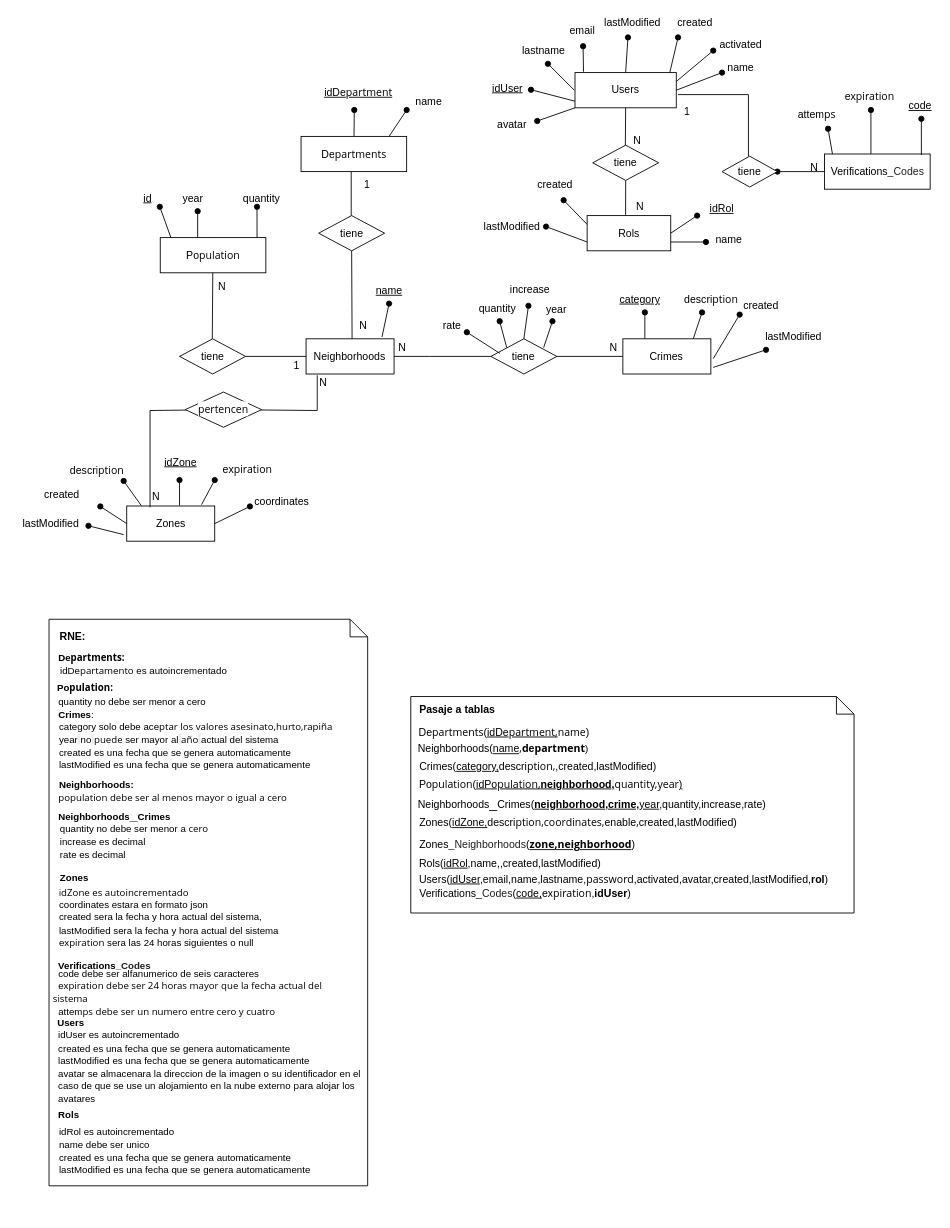
This is CityRisksMapsDER.drawio from Agustin15/CityRisksMaps, a draw.io file, before an edit. Source tidied: cells renumbered, new cells numbered last; positions are measured from the earlier drawing's top-left corner, leaving out a move shared by most shapes. Both pictures are drawn from the tidied source at 88%, with x=0, y=0 at pixel (14, 15).
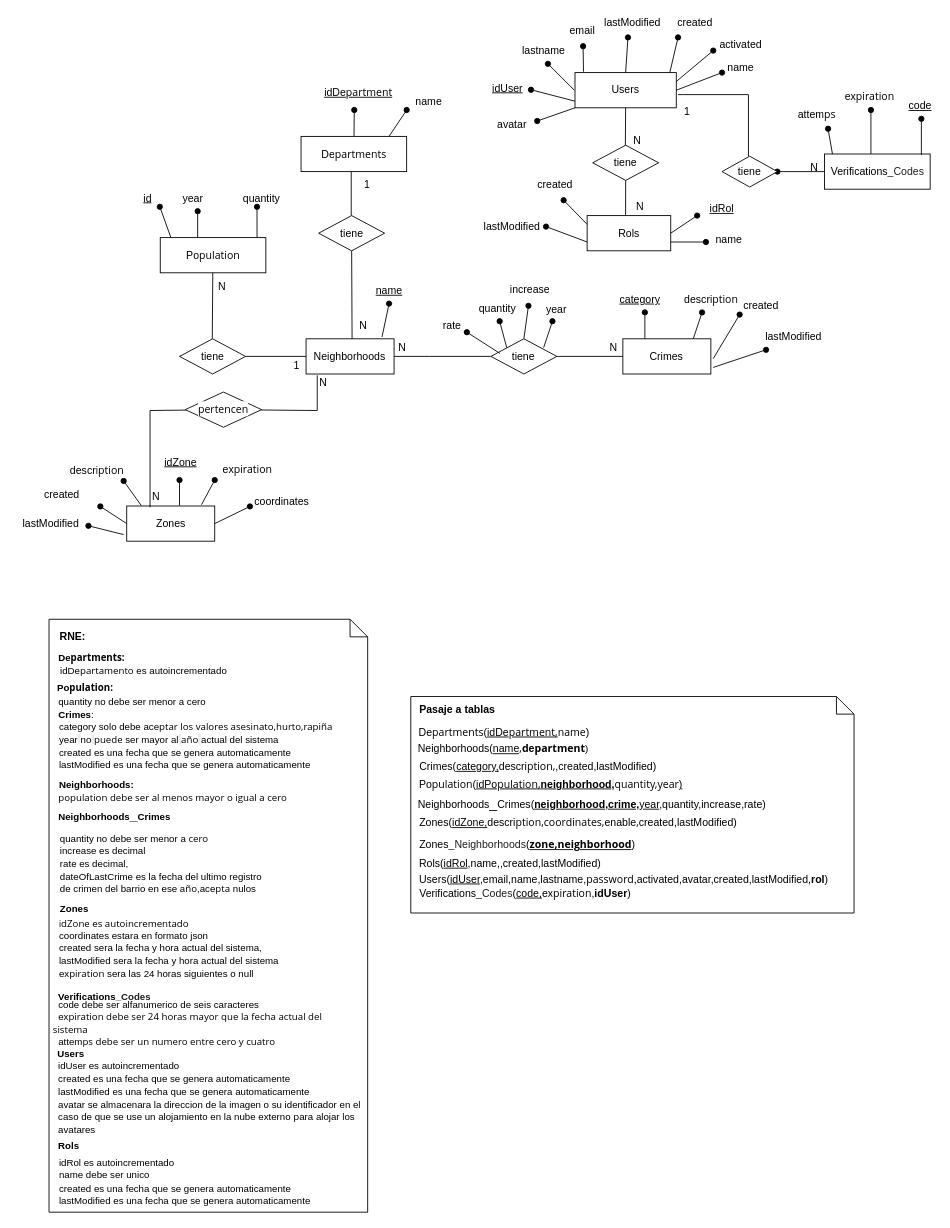
Above is the later version.

Commit message (it also covers changes not shown here):
fix:column dateOfLastCrime added to table NeighbrohoodsCrimes

The edit, as a diff of the source:
```diff
@@
     <mxCell id="22" style="shape=note;size=20;whiteSpace=wrap;html=1;align=left;" parent="1" vertex="1">
-      <mxGeometry x="39.2" y="686.2" width="362.1" height="643.8" as="geometry" />
+      <mxGeometry x="39.2" y="686.2" width="362.1" height="673.8" as="geometry" />
     </mxCell>
@@
-    <mxCell id="42" value="&lt;font style=&quot;color: rgb(0, 0, 0);&quot;&gt;&lt;font style=&quot;font-size: 11px;&quot;&gt;&lt;span style=&quot;font-family: &amp;quot;Google Sans&amp;quot;, Arial, sans-serif;&quot;&gt;quantity no debe ser menor a&amp;nbsp;&lt;/span&gt;&lt;span style=&quot;font-family: &amp;quot;Open Sans&amp;quot;, Arial, Helvetica, sans-serif;&quot;&gt;cero&lt;/span&gt;&lt;/font&gt;&lt;/font&gt;&lt;div&gt;&lt;font style=&quot;color: rgb(0, 0, 0);&quot;&gt;&lt;font style=&quot;font-size: 11px;&quot;&gt;&lt;span style=&quot;font-family: &amp;quot;Open Sans&amp;quot;, Arial, Helvetica, sans-serif;&quot;&gt;&lt;span style=&quot;font-family: Helvetica;&quot;&gt;increase&amp;nbsp;es decimal&lt;/span&gt;&lt;/span&gt;&lt;/font&gt;&lt;/font&gt;&lt;/div&gt;&lt;div&gt;&lt;font style=&quot;color: rgb(0, 0, 0);&quot;&gt;&lt;font style=&quot;font-size: 11px;&quot;&gt;&lt;span style=&quot;font-family: &amp;quot;Open Sans&amp;quot;, Arial, Helvetica, sans-serif;&quot;&gt;&lt;span style=&quot;font-family: Helvetica;&quot;&gt;rate es decimal&lt;/span&gt;&lt;/span&gt;&lt;/font&gt;&lt;/font&gt;&lt;/div&gt;" style="text;html=1;align=left;verticalAlign=middle;whiteSpace=wrap;rounded=0;" parent="1" vertex="1">
-      <mxGeometry x="49.7" y="918" width="199.5" height="42" as="geometry" />
+    <mxCell id="42" value="&lt;font style=&quot;color: rgb(0, 0, 0);&quot;&gt;&lt;font style=&quot;font-size: 11px;&quot;&gt;&lt;span style=&quot;font-family: &amp;quot;Google Sans&amp;quot;, Arial, sans-serif;&quot;&gt;quantity no debe ser menor a&amp;nbsp;&lt;/span&gt;&lt;span style=&quot;font-family: &amp;quot;Open Sans&amp;quot;, Arial, Helvetica, sans-serif;&quot;&gt;cero&lt;/span&gt;&lt;/font&gt;&lt;/font&gt;&lt;div&gt;&lt;font style=&quot;color: rgb(0, 0, 0);&quot;&gt;&lt;font style=&quot;font-size: 11px;&quot;&gt;&lt;span style=&quot;font-family: &amp;quot;Open Sans&amp;quot;, Arial, Helvetica, sans-serif;&quot;&gt;&lt;span style=&quot;font-family: Helvetica;&quot;&gt;increase&amp;nbsp;es decimal&lt;/span&gt;&lt;/span&gt;&lt;/font&gt;&lt;/font&gt;&lt;/div&gt;&lt;div&gt;&lt;font style=&quot;color: rgb(0, 0, 0);&quot;&gt;&lt;font style=&quot;font-size: 11px;&quot;&gt;&lt;span style=&quot;font-family: &amp;quot;Open Sans&amp;quot;, Arial, Helvetica, sans-serif;&quot;&gt;&lt;span style=&quot;font-family: Helvetica;&quot;&gt;rate es decimal,&lt;/span&gt;&lt;/span&gt;&lt;/font&gt;&lt;/font&gt;&lt;/div&gt;&lt;div&gt;&lt;span style=&quot;font-size: 11px;&quot;&gt;dateOfLastCrime es la fecha del ultimo registro de crimen del barrio en ese a&lt;/span&gt;&lt;span style=&quot;background-color: rgb(255, 255, 255); font-family: &amp;quot;Open Sans&amp;quot;, Arial, Helvetica, sans-serif; font-size: 11px; color: light-dark(rgb(0, 0, 0), rgb(255, 255, 255));&quot;&gt;ño&lt;/span&gt;&lt;span style=&quot;background-color: transparent; color: light-dark(rgb(0, 0, 0), rgb(255, 255, 255)); font-size: 11px;&quot;&gt;,ace&lt;/span&gt;&lt;span style=&quot;background-color: rgb(255, 255, 255); font-family: &amp;quot;Open Sans&amp;quot;, Arial, Helvetica, sans-serif; font-size: 11px; color: light-dark(rgb(0, 0, 0), rgb(255, 255, 255));&quot;&gt;p&lt;/span&gt;&lt;span style=&quot;color: light-dark(rgb(0, 0, 0), rgb(255, 255, 255)); font-size: 11px; background-color: rgb(255, 255, 255);&quot;&gt;&lt;font face=&quot;Open Sans, Arial, Helvetica, sans-serif&quot;&gt;ta&lt;/font&gt;&lt;/span&gt;&lt;span style=&quot;background-color: transparent; color: light-dark(rgb(0, 0, 0), rgb(255, 255, 255)); font-size: 11px;&quot;&gt;&amp;nbsp;nulos&lt;/span&gt;&lt;/div&gt;" style="text;html=1;align=left;verticalAlign=middle;whiteSpace=wrap;rounded=0;" parent="1" vertex="1">
+      <mxGeometry x="49.7" y="919.2" width="234.3" height="90" as="geometry" />
     </mxCell>
@@
     <mxCell id="68" value="&lt;div style=&quot;text-align: center;&quot;&gt;&lt;b&gt;&lt;font style=&quot;font-size: 11px;&quot;&gt;Verifications&lt;span style=&quot;color: rgb(31, 31, 31); font-family: &amp;quot;Google Sans&amp;quot;, Arial, sans-serif; text-align: left; background-color: rgb(255, 255, 255);&quot;&gt;_Codes&lt;/span&gt;&lt;/font&gt;&lt;/b&gt;&lt;/div&gt;" style="text;html=1;align=left;verticalAlign=middle;whiteSpace=wrap;rounded=0;" parent="1" vertex="1">
-      <mxGeometry x="47.7" y="1070" width="148.9" height="20" as="geometry" />
+      <mxGeometry x="47.7" y="1105.2" width="148.9" height="20" as="geometry" />
     </mxCell>
@@
     <mxCell id="70" value="&lt;div style=&quot;&quot;&gt;&lt;span style=&quot;background-color: transparent; color: light-dark(rgb(0, 0, 0), rgb(255, 255, 255)); font-size: 11px;&quot;&gt;&amp;nbsp; code debe ser alfanumerico de seis caracteres&lt;/span&gt;&lt;/div&gt;&lt;div style=&quot;&quot;&gt;&lt;span&gt;&lt;span style=&quot;font-size: 11px;&quot;&gt;&amp;nbsp; ex&lt;/span&gt;&lt;span style=&quot;font-size: 11px; font-family: &amp;quot;Open Sans&amp;quot;, Arial, Helvetica, sans-serif; background-color: rgb(255, 255, 255);&quot;&gt;piration debe ser 24 horas mayor que la fecha actual del sistema&lt;/span&gt;&lt;span style=&quot;color: light-dark(rgb(0, 0, 0), rgb(255, 255, 255)); font-size: 11px;&quot;&gt;&lt;/span&gt;&lt;/span&gt;&lt;/div&gt;&lt;div style=&quot;&quot;&gt;&lt;span style=&quot;font-size: 11px; font-family: &amp;quot;Open Sans&amp;quot;, Arial, Helvetica, sans-serif;&quot;&gt;&lt;span style=&quot;background-color: rgb(255, 255, 255); font-family: Helvetica;&quot;&gt;&amp;nbsp;&amp;nbsp;&lt;/span&gt;&lt;span style=&quot;font-size: 12px;&quot;&gt;&lt;font style=&quot;font-size: 11px;&quot;&gt;&lt;span&gt;&lt;span style=&quot;font-family: Helvetica;&quot;&gt;a&lt;/span&gt;&lt;span style=&quot;font-family: Helvetica;&quot;&gt;tt&lt;/span&gt;&lt;span style=&quot;font-family: Helvetica;&quot;&gt;e&lt;/span&gt;&lt;span style=&quot;font-family: Helvetica;&quot;&gt;m&lt;/span&gt;&lt;span&gt;ps&lt;/span&gt;&lt;/span&gt;&lt;span style=&quot;background-color: rgb(255, 255, 255);&quot;&gt;&amp;nbsp;&lt;/span&gt;&lt;/font&gt;&lt;span style=&quot;background-color: rgb(255, 255, 255); font-size: 11px;&quot;&gt;debe ser un numero entre cero y cuatro&amp;nbsp;&lt;/span&gt;&lt;/span&gt;&lt;/span&gt;&lt;/div&gt;" style="text;html=1;align=left;verticalAlign=middle;whiteSpace=wrap;rounded=0;" parent="1" vertex="1">
-      <mxGeometry x="42.2" y="1090" width="345.5" height="40" as="geometry" />
+      <mxGeometry x="42.2" y="1125.2" width="345.5" height="40" as="geometry" />
     </mxCell>
@@
     <mxCell id="97" value="&lt;div style=&quot;text-align: center;&quot;&gt;&lt;span style=&quot;font-size: 11px;&quot;&gt;&lt;b&gt;Users&lt;/b&gt;&lt;/span&gt;&lt;/div&gt;" style="text;html=1;align=left;verticalAlign=middle;whiteSpace=wrap;rounded=0;" parent="1" vertex="1">
-      <mxGeometry x="47.4" y="1140" width="153.5" height="10" as="geometry" />
+      <mxGeometry x="47.4" y="1175.2" width="153.5" height="10" as="geometry" />
     </mxCell>
@@
     <mxCell id="99" value="&lt;div style=&quot;text-align: center;&quot;&gt;&lt;span style=&quot;font-size: 11px;&quot;&gt;&lt;b&gt;Rols&lt;/b&gt;&lt;/span&gt;&lt;/div&gt;" style="text;html=1;align=left;verticalAlign=middle;whiteSpace=wrap;rounded=0;" parent="1" vertex="1">
-      <mxGeometry x="47.7" y="1240" width="150.5" height="20" as="geometry" />
+      <mxGeometry x="47.7" y="1275.2" width="150.5" height="20" as="geometry" />
     </mxCell>
     <mxCell id="100" value="&lt;span style=&quot;font-size: 11px;&quot;&gt;idRol es autoincrementado&lt;/span&gt;&lt;div&gt;&lt;span style=&quot;font-size: 11px;&quot;&gt;name debe ser unico&lt;/span&gt;&lt;span style=&quot;font-size: 11px;&quot;&gt;&lt;/span&gt;&lt;/div&gt;&lt;div&gt;&lt;div&gt;&lt;span style=&quot;font-size: 11px;&quot;&gt;created es una fecha que se genera automaticamente&lt;/span&gt;&lt;span style=&quot;font-size: 11px;&quot;&gt;&lt;/span&gt;&lt;/div&gt;&lt;div&gt;&lt;span style=&quot;font-size: 11px;&quot;&gt;lastModified es una fecha que se genera automaticamente&lt;/span&gt;&lt;/div&gt;&lt;/div&gt;" style="text;html=1;align=left;verticalAlign=middle;whiteSpace=wrap;rounded=0;" parent="1" vertex="1">
-      <mxGeometry x="48.5" y="1260" width="346.4" height="60" as="geometry" />
+      <mxGeometry x="48.5" y="1295.2" width="346.4" height="60" as="geometry" />
     </mxCell>
@@
     <mxCell id="105" value="&lt;span style=&quot;font-size: 11px;&quot;&gt;idUser es autoincrementado&lt;/span&gt;&lt;div&gt;&lt;span style=&quot;font-size: 11px;&quot;&gt;created es una fecha que se genera automaticamente&lt;/span&gt;&lt;span style=&quot;font-size: 11px;&quot;&gt;&lt;/span&gt;&lt;/div&gt;&lt;div&gt;&lt;span style=&quot;font-size: 11px;&quot;&gt;lastModified es una fecha que se genera automaticamente&lt;/span&gt;&lt;span style=&quot;font-size: 11px;&quot;&gt;&lt;/span&gt;&lt;/div&gt;&lt;div&gt;&lt;span style=&quot;font-size: 11px;&quot;&gt;avatar se almacenara la direccion de la imagen o su identificador en el caso de que se use un alojamiento en la nube externo&amp;nbsp;&lt;/span&gt;&lt;span style=&quot;background-color: rgb(255, 255, 255); font-family: &amp;quot;Open Sans&amp;quot;, Arial, Helvetica, sans-serif; color: light-dark(rgb(0, 0, 0), rgb(255, 255, 255));&quot;&gt;&lt;font style=&quot;font-size: 11px;&quot;&gt;p&lt;/font&gt;&lt;/span&gt;&lt;span style=&quot;font-size: 11px; background-color: transparent; color: light-dark(rgb(0, 0, 0), rgb(255, 255, 255));&quot;&gt;ara alojar los avatares&amp;nbsp;&lt;/span&gt;&lt;/div&gt;" style="text;html=1;align=left;verticalAlign=middle;whiteSpace=wrap;rounded=0;" parent="1" vertex="1">
-      <mxGeometry x="47.7" y="1150" width="347.4" height="90" as="geometry" />
+      <mxGeometry x="47.7" y="1185.2" width="347.4" height="90" as="geometry" />
     </mxCell>
@@
     <mxCell id="124" value="&lt;div style=&quot;text-align: center;&quot;&gt;&lt;span style=&quot;font-size: 11px;&quot;&gt;&lt;b&gt;Zones&lt;/b&gt;&lt;/span&gt;&lt;/div&gt;" style="text;html=1;align=left;verticalAlign=middle;whiteSpace=wrap;rounded=0;" parent="1" vertex="1">
-      <mxGeometry x="49.7" y="973.9" width="66.5" height="12.5" as="geometry" />
+      <mxGeometry x="49.7" y="1009.2" width="66.5" height="12.5" as="geometry" />
     </mxCell>
@@
     <mxCell id="131" value="&lt;span style=&quot;font-size: 11px;&quot;&gt;&lt;span style=&quot;background-color: rgb(255, 255, 255);&quot;&gt;i&lt;/span&gt;&lt;span style=&quot;font-family: &amp;quot;Open Sans&amp;quot;, Arial, Helvetica, sans-serif; background-color: rgb(255, 255, 255);&quot;&gt;dZone es autoincrementado&lt;/span&gt;&lt;/span&gt;&lt;div&gt;&lt;span style=&quot;font-size: 11px;&quot;&gt;coordinates estara en formato json&lt;/span&gt;&lt;span style=&quot;font-size: 11px;&quot;&gt;&lt;font face=&quot;Open Sans, Arial, Helvetica, sans-serif&quot;&gt;&lt;span style=&quot;background-color: rgb(255, 255, 255);&quot;&gt;&lt;/span&gt;&lt;/font&gt;&lt;/span&gt;&lt;/div&gt;&lt;div&gt;&lt;span style=&quot;font-size: 11px;&quot;&gt;created sera la fecha y hora actual del sistema,&lt;/span&gt;&lt;span style=&quot;font-size: 11px; text-align: center;&quot;&gt;&lt;/span&gt;&lt;/div&gt;&lt;div&gt;&lt;span style=&quot;font-size: 11px;&quot;&gt;lastModified sera la fecha y hora actual del sistema&lt;/span&gt;&lt;span style=&quot;font-size: 11px;&quot;&gt;&lt;/span&gt;&lt;/div&gt;&lt;div&gt;&lt;font style=&quot;font-size: 11px;&quot;&gt;&lt;span style=&quot;color: light-dark(rgb(0, 0, 0), rgb(255, 255, 255)); background-color: rgb(255, 255, 255);&quot;&gt;ex&lt;/span&gt;&lt;span style=&quot;color: light-dark(rgb(0, 0, 0), rgb(255, 255, 255)); background-color: rgb(255, 255, 255); font-family: &amp;quot;Open Sans&amp;quot;, Arial, Helvetica, sans-serif;&quot;&gt;piration&lt;/span&gt;&lt;span style=&quot;color: light-dark(rgb(0, 0, 0), rgb(255, 255, 255)); text-align: center; background-color: transparent;&quot;&gt;&amp;nbsp;sera las 24 horas siguientes o null&lt;/span&gt;&lt;/font&gt;&lt;span style=&quot;font-size: 11px;&quot;&gt;&lt;/span&gt;&lt;/div&gt;" style="text;html=1;align=left;verticalAlign=middle;whiteSpace=wrap;rounded=0;" parent="1" vertex="1">
-      <mxGeometry x="48.7" y="987.9" width="300" height="73.5" as="geometry" />
+      <mxGeometry x="48.7" y="1023.2" width="300" height="73.5" as="geometry" />
     </mxCell>
```
